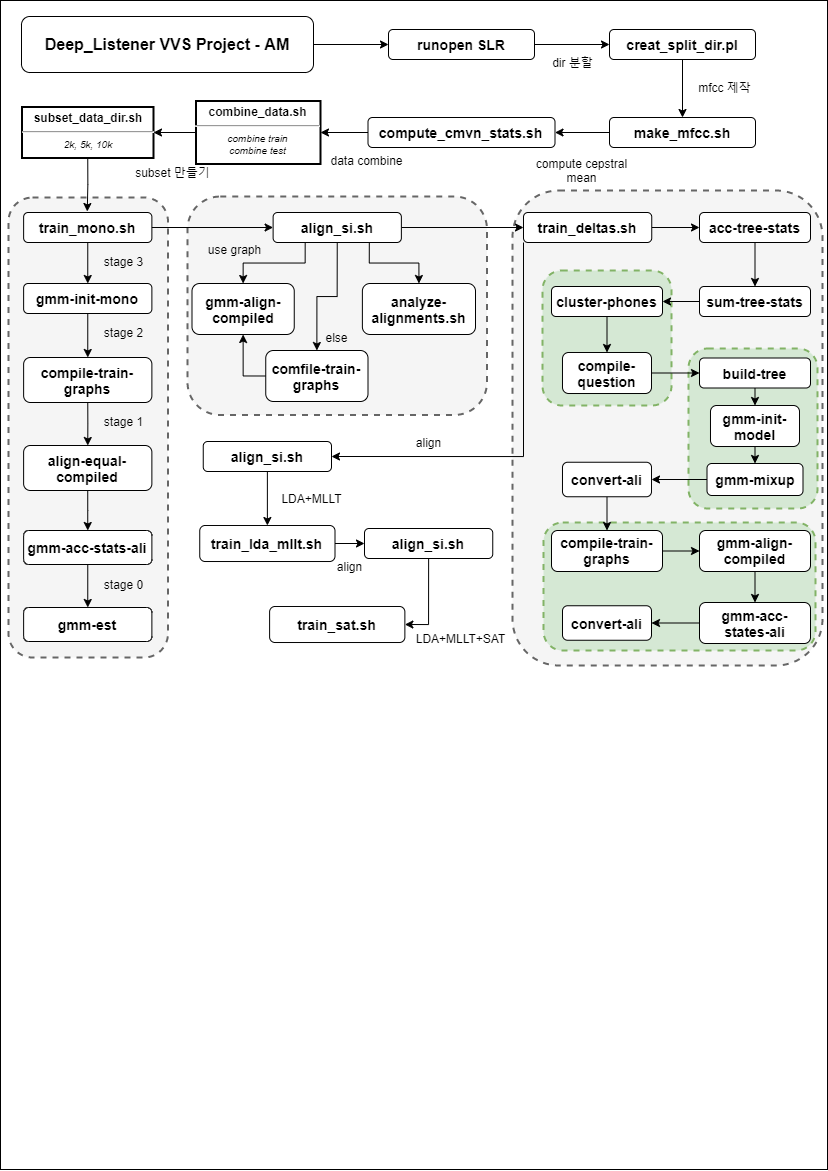
Above: graph_AM.png in kusw1006/2021ESWContest_free_1049 (draw.io), before the change. Source tidied: cells renumbered, new cells last; positions are measured from the earlier drawing's top-left corner, leaving out a move shared by most shapes.
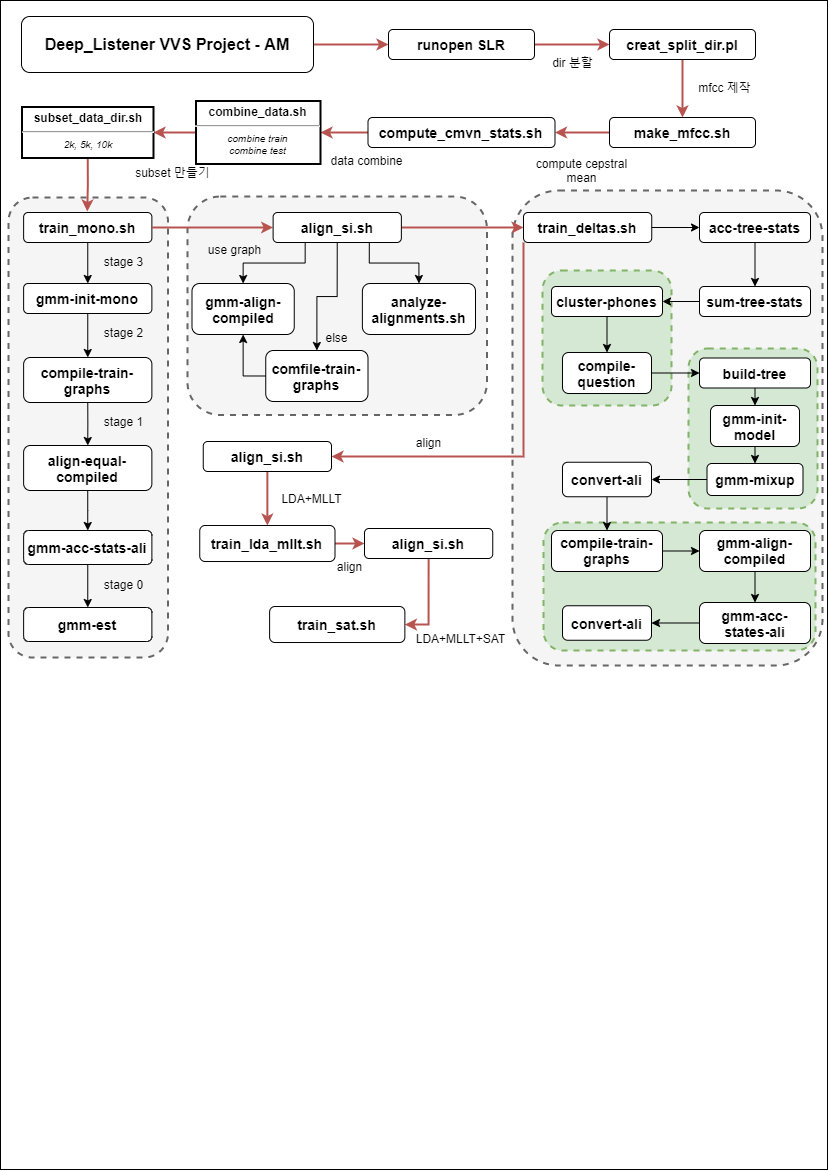
After the change.

Change to the diagram source:
```diff
@@ -17,31 +17,31 @@
     <mxCell id="6" style="shape=rect;html=1;rounded=1;dashed=1;strokeWidth=2;verticalAlign=top;whiteSpace=wrap;align=center;fontSize=8;fillColor=#d5e8d4;strokeColor=#82b366;" parent="1" vertex="1">
       <mxGeometry x="542" y="270" width="129" height="135" as="geometry" />
     </mxCell>
-    <mxCell id="7" style="edgeStyle=orthogonalEdgeStyle;rounded=0;jettySize=auto;html=1;exitX=1;exitY=0.5;exitDx=0;exitDy=0;entryX=0;entryY=0.5;entryDx=0;entryDy=0;" parent="1" edge="1" source="8" target="10">
+    <mxCell id="7" style="edgeStyle=orthogonalEdgeStyle;rounded=0;jettySize=auto;html=1;exitX=1;exitY=0.5;exitDx=0;exitDy=0;entryX=0;entryY=0.5;entryDx=0;entryDy=0;fillColor=#f8cecc;strokeColor=#b85450;strokeWidth=2;" parent="1" edge="1" source="8" target="10">
       <mxGeometry relative="1" as="geometry" />
     </mxCell>
     <mxCell id="8" value="&lt;b&gt;&lt;font style=&quot;font-size: 16px&quot;&gt;Deep_Listener VVS Project - AM&lt;/font&gt;&lt;/b&gt;" style="shape=rect;html=1;rounded=1;whiteSpace=wrap;align=center;" parent="1" vertex="1">
       <mxGeometry x="21" y="16" width="292" height="56" as="geometry" />
     </mxCell>
-    <mxCell id="9" style="edgeStyle=orthogonalEdgeStyle;rounded=0;jettySize=auto;html=1;exitX=1;exitY=0.5;exitDx=0;exitDy=0;entryX=0;entryY=0.5;entryDx=0;entryDy=0;" parent="1" edge="1" source="10" target="12">
+    <mxCell id="9" style="edgeStyle=orthogonalEdgeStyle;rounded=0;jettySize=auto;html=1;exitX=1;exitY=0.5;exitDx=0;exitDy=0;entryX=0;entryY=0.5;entryDx=0;entryDy=0;fillColor=#f8cecc;strokeColor=#b85450;strokeWidth=2;" parent="1" edge="1" source="10" target="12">
       <mxGeometry relative="1" as="geometry" />
     </mxCell>
     <mxCell id="10" value="&lt;span style=&quot;font-size: 14px&quot;&gt;&lt;b&gt;runopen SLR&lt;/b&gt;&lt;/span&gt;" style="shape=rect;html=1;rounded=1;whiteSpace=wrap;align=center;" parent="1" vertex="1">
       <mxGeometry x="388" y="29" width="146" height="30" as="geometry" />
     </mxCell>
-    <mxCell id="11" style="edgeStyle=orthogonalEdgeStyle;rounded=0;jettySize=auto;html=1;exitX=0.5;exitY=1;exitDx=0;exitDy=0;entryX=0.5;entryY=0;entryDx=0;entryDy=0;" parent="1" edge="1" source="12" target="14">
+    <mxCell id="11" style="edgeStyle=orthogonalEdgeStyle;rounded=0;jettySize=auto;html=1;exitX=0.5;exitY=1;exitDx=0;exitDy=0;entryX=0.5;entryY=0;entryDx=0;entryDy=0;fillColor=#f8cecc;strokeColor=#b85450;strokeWidth=2;" parent="1" edge="1" source="12" target="14">
       <mxGeometry relative="1" as="geometry" />
     </mxCell>
     <mxCell id="12" value="&lt;span style=&quot;font-size: 14px&quot;&gt;&lt;b&gt;creat_split_dir.pl&lt;/b&gt;&lt;/span&gt;" style="shape=rect;html=1;rounded=1;whiteSpace=wrap;align=center;" parent="1" vertex="1">
       <mxGeometry x="609" y="29" width="146" height="30" as="geometry" />
     </mxCell>
-    <mxCell id="13" style="edgeStyle=orthogonalEdgeStyle;rounded=0;jettySize=auto;html=1;exitX=0;exitY=0.5;exitDx=0;exitDy=0;entryX=1;entryY=0.5;entryDx=0;entryDy=0;" parent="1" edge="1" source="14" target="16">
+    <mxCell id="13" style="edgeStyle=orthogonalEdgeStyle;rounded=0;jettySize=auto;html=1;exitX=0;exitY=0.5;exitDx=0;exitDy=0;entryX=1;entryY=0.5;entryDx=0;entryDy=0;fillColor=#f8cecc;strokeColor=#b85450;strokeWidth=2;" parent="1" edge="1" source="14" target="16">
       <mxGeometry relative="1" as="geometry" />
     </mxCell>
     <mxCell id="14" value="&lt;span style=&quot;font-size: 14px&quot;&gt;&lt;b&gt;make_mfcc.sh&lt;/b&gt;&lt;/span&gt;" style="shape=rect;html=1;rounded=1;whiteSpace=wrap;align=center;" parent="1" vertex="1">
       <mxGeometry x="609" y="117" width="146" height="30" as="geometry" />
     </mxCell>
-    <mxCell id="15" style="edgeStyle=orthogonalEdgeStyle;rounded=0;jettySize=auto;html=1;exitX=0;exitY=0.5;exitDx=0;exitDy=0;entryX=1;entryY=0.5;entryDx=0;entryDy=0;" parent="1" edge="1" source="16" target="22">
+    <mxCell id="15" style="edgeStyle=orthogonalEdgeStyle;rounded=0;jettySize=auto;html=1;exitX=0;exitY=0.5;exitDx=0;exitDy=0;entryX=1;entryY=0.5;entryDx=0;entryDy=0;fillColor=#f8cecc;strokeColor=#b85450;strokeWidth=2;" parent="1" edge="1" source="16" target="22">
       <mxGeometry relative="1" as="geometry" />
     </mxCell>
     <mxCell id="16" value="&lt;span style=&quot;font-size: 14px&quot;&gt;&lt;b&gt;compute_cmvn_stats.sh&lt;/b&gt;&lt;/span&gt;" style="shape=rect;html=1;rounded=1;whiteSpace=wrap;align=center;" parent="1" vertex="1">
@@ -59,7 +59,7 @@
     <mxCell id="20" value="data combine" style="text;html=1;align=center;verticalAlign=middle;strokeColor=none;fillColor=none;" parent="1" vertex="1">
       <mxGeometry x="325" y="151" width="82" height="18" as="geometry" />
     </mxCell>
-    <mxCell id="21" style="edgeStyle=orthogonalEdgeStyle;rounded=0;jettySize=auto;html=1;exitX=0;exitY=0.5;exitDx=0;exitDy=0;entryX=1;entryY=0.5;entryDx=0;entryDy=0;" parent="1" edge="1" source="22" target="25">
+    <mxCell id="21" style="edgeStyle=orthogonalEdgeStyle;rounded=0;jettySize=auto;html=1;exitX=0;exitY=0.5;exitDx=0;exitDy=0;entryX=1;entryY=0.5;entryDx=0;entryDy=0;fillColor=#f8cecc;strokeColor=#b85450;strokeWidth=2;" parent="1" edge="1" source="22" target="25">
       <mxGeometry relative="1" as="geometry" />
     </mxCell>
     <mxCell id="22" value="&lt;p style=&quot;margin: 0px ; margin-top: 4px ; text-align: center&quot;&gt;&lt;b&gt;combine_data.sh&lt;/b&gt;&lt;/p&gt;&lt;hr&gt;&lt;p style=&quot;font-size: 10px ; margin: 0px ; text-align: center&quot;&gt;&lt;i&gt;combine train&lt;/i&gt;&lt;/p&gt;&lt;p style=&quot;font-size: 10px ; margin: 0px ; text-align: center&quot;&gt;&lt;i&gt;combine test&lt;/i&gt;&lt;/p&gt;&lt;p style=&quot;font-size: 10px ; margin: 0px ; text-align: center&quot;&gt;&lt;br&gt;&lt;/p&gt;" style="shape=rect;html=1;overflow=fill;strokeWidth=2;whiteSpace=wrap;align=center;" parent="1" vertex="1">
@@ -68,7 +68,7 @@
     <mxCell id="23" style="shape=rect;html=1;rounded=1;dashed=1;strokeWidth=2;verticalAlign=top;whiteSpace=wrap;align=center;fontSize=8;fillColor=#f5f5f5;strokeColor=#666666;fontColor=#333333;" parent="1" vertex="1">
       <mxGeometry x="8" y="197" width="159.5" height="460" as="geometry" />
     </mxCell>
-    <mxCell id="24" style="edgeStyle=orthogonalEdgeStyle;rounded=0;jettySize=auto;html=1;exitX=0.5;exitY=1;exitDx=0;exitDy=0;entryX=0.5;entryY=0;entryDx=0;entryDy=0;" parent="1" edge="1" source="25">
+    <mxCell id="24" style="edgeStyle=orthogonalEdgeStyle;rounded=0;jettySize=auto;html=1;exitX=0.5;exitY=1;exitDx=0;exitDy=0;entryX=0.5;entryY=0;entryDx=0;entryDy=0;strokeWidth=2;fillColor=#f8cecc;strokeColor=#b85450;" parent="1" edge="1" source="25">
       <mxGeometry relative="1" as="geometry">
         <mxPoint x="86.8" y="211" as="targetPoint" />
       </mxGeometry>
@@ -127,7 +127,7 @@
     <mxCell id="42" style="shape=rect;html=1;rounded=1;dashed=1;strokeWidth=2;verticalAlign=top;whiteSpace=wrap;align=center;fontSize=8;fillColor=#f5f5f5;strokeColor=#666666;fontColor=#333333;" parent="1" vertex="1">
       <mxGeometry x="187" y="196" width="299.5" height="218.5" as="geometry" />
     </mxCell>
-    <mxCell id="43" style="edgeStyle=orthogonalEdgeStyle;rounded=0;jettySize=auto;html=1;exitX=1;exitY=0.5;exitDx=0;exitDy=0;entryX=0;entryY=0.5;entryDx=0;entryDy=0;" parent="1" edge="1" source="28" target="48">
+    <mxCell id="43" style="edgeStyle=orthogonalEdgeStyle;rounded=0;jettySize=auto;html=1;exitX=1;exitY=0.5;exitDx=0;exitDy=0;entryX=0;entryY=0.5;entryDx=0;entryDy=0;strokeWidth=2;fillColor=#f8cecc;strokeColor=#b85450;" parent="1" edge="1" source="28" target="48">
       <mxGeometry relative="1" as="geometry" />
     </mxCell>
     <mxCell id="44" style="edgeStyle=orthogonalEdgeStyle;rounded=0;jettySize=auto;html=1;exitX=0.5;exitY=1;exitDx=0;exitDy=0;entryX=0.5;entryY=0;entryDx=0;entryDy=0;" parent="1" edge="1" source="48" target="51">
@@ -139,7 +139,7 @@
     <mxCell id="46" style="edgeStyle=orthogonalEdgeStyle;rounded=0;jettySize=auto;html=1;exitX=0.25;exitY=1;exitDx=0;exitDy=0;entryX=0.5;entryY=0;entryDx=0;entryDy=0;" parent="1" edge="1" source="48" target="49">
       <mxGeometry relative="1" as="geometry" />
     </mxCell>
-    <mxCell id="47" style="edgeStyle=orthogonalEdgeStyle;rounded=0;jettySize=auto;html=1;exitX=1;exitY=0.5;exitDx=0;exitDy=0;entryX=0;entryY=0.5;entryDx=0;entryDy=0;" parent="1" edge="1" source="48" target="57">
+    <mxCell id="47" style="edgeStyle=orthogonalEdgeStyle;rounded=0;jettySize=auto;html=1;exitX=1;exitY=0.5;exitDx=0;exitDy=0;entryX=0;entryY=0.5;entryDx=0;entryDy=0;fillColor=#f8cecc;strokeColor=#b85450;strokeWidth=2;" parent="1" edge="1" source="48" target="57">
       <mxGeometry relative="1" as="geometry" />
     </mxCell>
     <mxCell id="48" value="&lt;span style=&quot;font-size: 14px&quot;&gt;&lt;b&gt;align_si.sh&lt;/b&gt;&lt;/span&gt;" style="shape=rect;html=1;rounded=1;whiteSpace=wrap;align=center;" parent="1" vertex="1">
@@ -163,7 +163,7 @@
     <mxCell id="54" value="else" style="text;html=1;align=center;verticalAlign=middle;strokeColor=none;fillColor=none;" parent="1" vertex="1">
       <mxGeometry x="320" y="328" width="32" height="18" as="geometry" />
     </mxCell>
-    <mxCell id="55" style="edgeStyle=orthogonalEdgeStyle;rounded=0;jettySize=auto;html=1;exitX=0;exitY=1;exitDx=0;exitDy=0;entryX=1;entryY=0.5;entryDx=0;entryDy=0;" parent="1" edge="1" source="57" target="59">
+    <mxCell id="55" style="edgeStyle=orthogonalEdgeStyle;rounded=0;jettySize=auto;html=1;exitX=0;exitY=1;exitDx=0;exitDy=0;entryX=1;entryY=0.5;entryDx=0;entryDy=0;fillColor=#f8cecc;strokeColor=#b85450;strokeWidth=2;" parent="1" edge="1" source="57" target="59">
       <mxGeometry relative="1" as="geometry" />
     </mxCell>
     <mxCell id="56" style="edgeStyle=orthogonalEdgeStyle;rounded=0;jettySize=auto;html=1;exitX=1;exitY=0.5;exitDx=0;exitDy=0;entryX=0;entryY=0.5;entryDx=0;entryDy=0;" parent="1" edge="1" source="57" target="61">
@@ -172,7 +172,7 @@
     <mxCell id="57" value="&lt;span style=&quot;font-size: 14px&quot;&gt;&lt;b&gt;train_deltas.sh&lt;/b&gt;&lt;/span&gt;" style="shape=rect;html=1;rounded=1;whiteSpace=wrap;align=center;" parent="1" vertex="1">
       <mxGeometry x="523" y="212" width="128.2" height="30" as="geometry" />
     </mxCell>
-    <mxCell id="58" style="edgeStyle=orthogonalEdgeStyle;rounded=0;jettySize=auto;html=1;exitX=0.5;exitY=1;exitDx=0;exitDy=0;entryX=0.5;entryY=0;entryDx=0;entryDy=0;" parent="1" edge="1" source="59" target="84">
+    <mxCell id="58" style="edgeStyle=orthogonalEdgeStyle;rounded=0;jettySize=auto;html=1;exitX=0.5;exitY=1;exitDx=0;exitDy=0;entryX=0.5;entryY=0;entryDx=0;entryDy=0;fillColor=#f8cecc;strokeColor=#b85450;strokeWidth=2;" parent="1" edge="1" source="59" target="84">
       <mxGeometry relative="1" as="geometry" />
     </mxCell>
     <mxCell id="59" value="&lt;span style=&quot;font-size: 14px&quot;&gt;&lt;b&gt;align_si.sh&lt;/b&gt;&lt;/span&gt;" style="shape=rect;html=1;rounded=1;whiteSpace=wrap;align=center;" parent="1" vertex="1">
@@ -247,13 +247,13 @@
     <mxCell id="82" value="&lt;span style=&quot;font-size: 14px&quot;&gt;&lt;b&gt;convert-ali&lt;/b&gt;&lt;/span&gt;" style="shape=rect;html=1;rounded=1;whiteSpace=wrap;align=center;" parent="1" vertex="1">
       <mxGeometry x="562" y="605.2" width="89" height="34.5" as="geometry" />
     </mxCell>
-    <mxCell id="83" style="edgeStyle=orthogonalEdgeStyle;rounded=0;jettySize=auto;html=1;exitX=1;exitY=0.5;exitDx=0;exitDy=0;entryX=0;entryY=0.5;entryDx=0;entryDy=0;" parent="1" edge="1" source="84" target="86">
+    <mxCell id="83" style="edgeStyle=orthogonalEdgeStyle;rounded=0;jettySize=auto;html=1;exitX=1;exitY=0.5;exitDx=0;exitDy=0;entryX=0;entryY=0.5;entryDx=0;entryDy=0;fillColor=#f8cecc;strokeColor=#b85450;strokeWidth=2;" parent="1" edge="1" source="84" target="86">
       <mxGeometry relative="1" as="geometry" />
     </mxCell>
     <mxCell id="84" value="&lt;span style=&quot;font-size: 14px&quot;&gt;&lt;b&gt;train_lda_mllt.sh&lt;/b&gt;&lt;/span&gt;" style="shape=rect;html=1;rounded=1;whiteSpace=wrap;align=center;" parent="1" vertex="1">
       <mxGeometry x="199.2" y="525" width="135.2" height="36" as="geometry" />
     </mxCell>
-    <mxCell id="85" style="edgeStyle=orthogonalEdgeStyle;rounded=0;jettySize=auto;html=1;exitX=0.5;exitY=1;exitDx=0;exitDy=0;entryX=1;entryY=0.5;entryDx=0;entryDy=0;" parent="1" edge="1" source="86" target="87">
+    <mxCell id="85" style="edgeStyle=orthogonalEdgeStyle;rounded=0;jettySize=auto;html=1;exitX=0.5;exitY=1;exitDx=0;exitDy=0;entryX=1;entryY=0.5;entryDx=0;entryDy=0;fillColor=#f8cecc;strokeColor=#b85450;strokeWidth=2;" parent="1" edge="1" source="86" target="87">
       <mxGeometry relative="1" as="geometry" />
     </mxCell>
     <mxCell id="86" value="&lt;span style=&quot;font-size: 14px&quot;&gt;&lt;b&gt;align_si.sh&lt;/b&gt;&lt;/span&gt;" style="shape=rect;html=1;rounded=1;whiteSpace=wrap;align=center;" parent="1" vertex="1">
```
